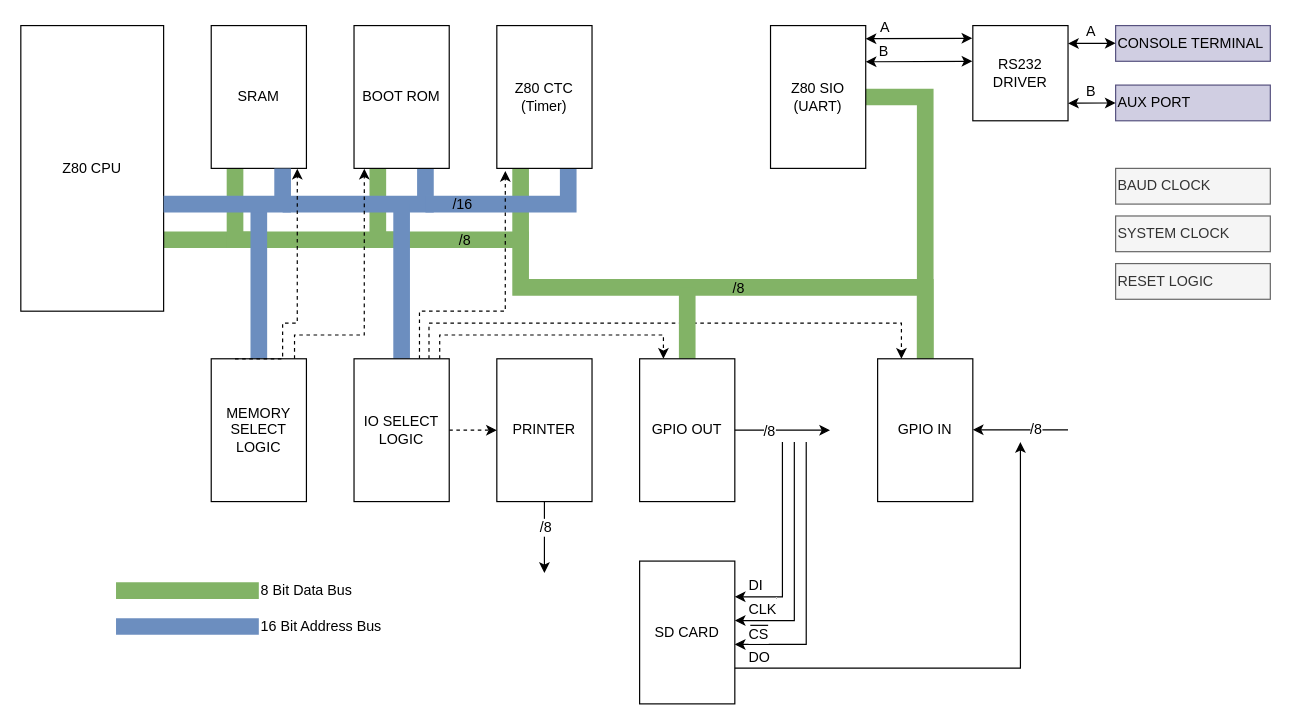
Before: draw.io/z80_blockdiagram.drawio in Z80-Retro/Z80-Retro-Manual, a draw.io diagram. Source tidied: cells renumbered, new cells numbered last; positions are measured from the earlier drawing's top-left corner, leaving out a move shared by most shapes. Both pictures are drawn from the tidied source at 119%, with x=0, y=0 at pixel (20, 25).
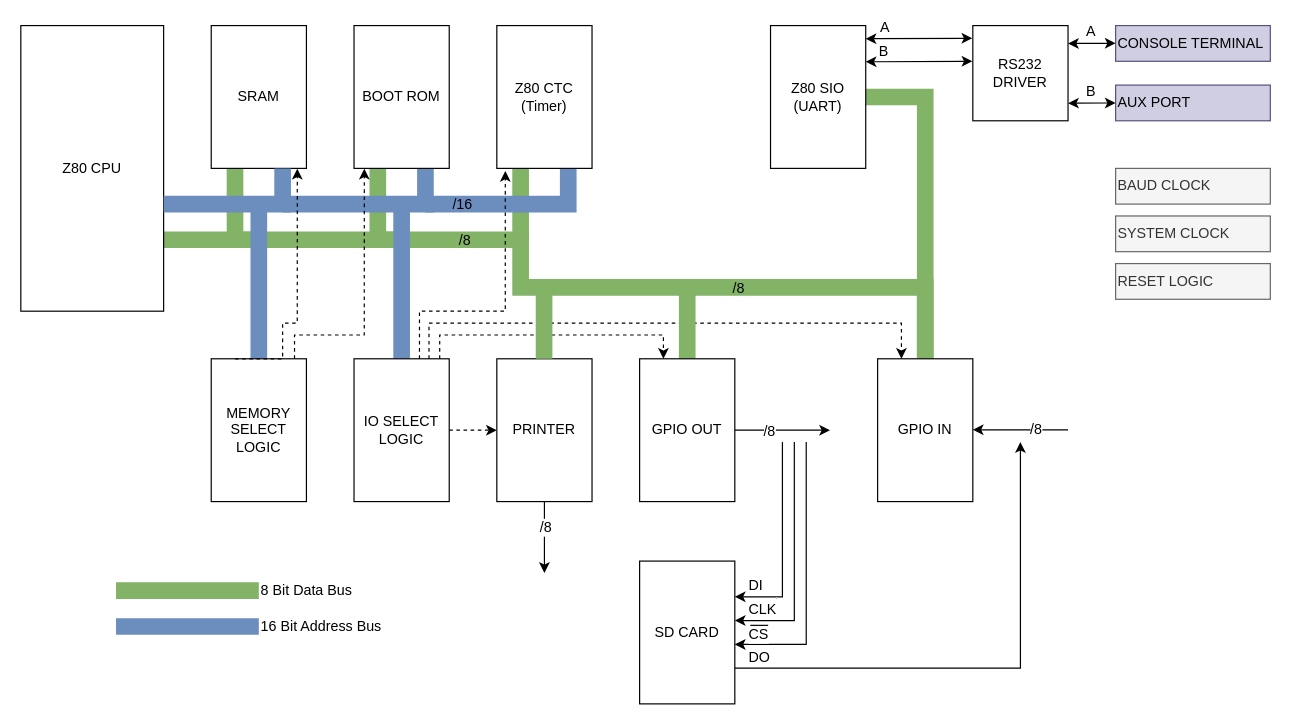
The same page after the edit.

Commit message (it also covers changes not shown here):
Add data bus link to printer in Architecture diagram

Diff of the diagram source:
```diff
@@
+    <mxCell id="67" style="edgeStyle=orthogonalEdgeStyle;rounded=0;orthogonalLoop=1;jettySize=auto;html=1;endArrow=none;endFill=0;strokeWidth=14;fillColor=#d5e8d4;strokeColor=#82b366;" parent="1" edge="1">
+      <mxGeometry relative="1" as="geometry">
+        <mxPoint x="439.7" y="280" as="sourcePoint" />
+        <mxPoint x="439.7" y="220" as="targetPoint" />
+      </mxGeometry>
+    </mxCell>
```
